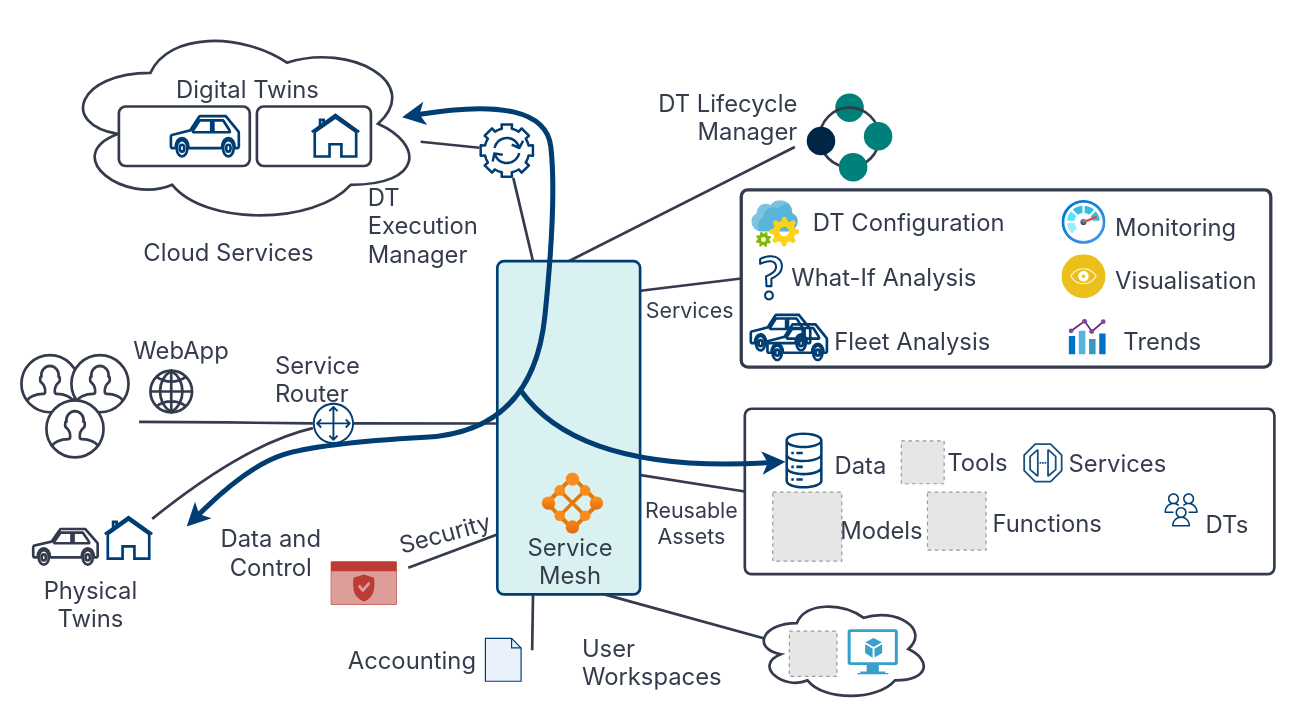
This is page "developer/system/architecture.png" (18 of 36) of docs/assets/diagrams/dtaas-diagrams.drawio from INTO-CPS-Association/DTaaS, a draw.io file, before an edit. Source tidied: cells renumbered, new cells numbered last; positions are measured from the earlier drawing's top-left corner, leaving out a move shared by most shapes. Both pictures are drawn from the tidied source at 119%, with x=0, y=0 at pixel (21, 21). Pictures stored in the file or linked from it are replaced by grey dashed boxes.
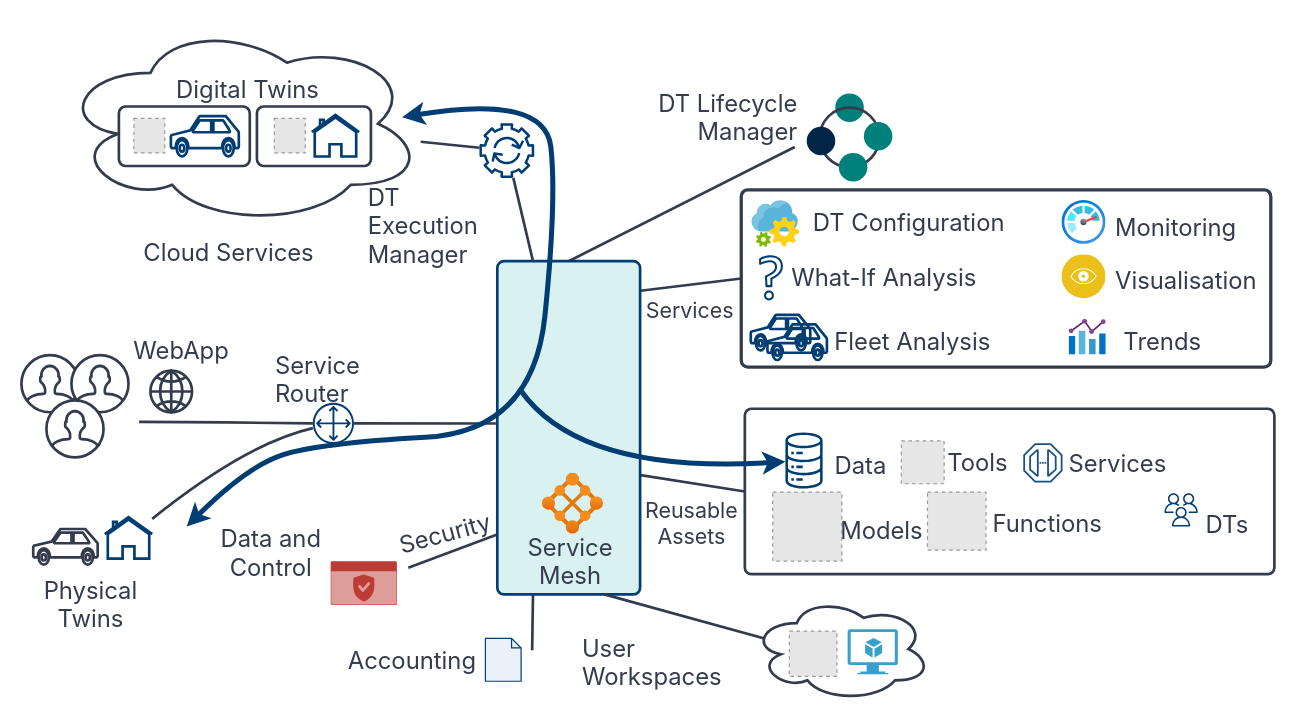
Above is the later version.

The change refers to these unchanged cells:
```xml
<mxCell id="4" style="group;" parent="2" vertex="1">
  <mxGeometry x="166" y="71" width="95.8" height="50" as="geometry" />
</mxCell>
<mxCell id="7" style="group;" parent="2" vertex="1">
  <mxGeometry x="43" y="71" width="180.7" height="50" as="geometry" />
</mxCell>
```

Diff of the diagram source:
```diff
@@
+    <mxCell id="102" style="fillColor=#E6E6E6;strokeColor=#999999;dashed=1;html=1;" parent="7" vertex="1">
+      <mxGeometry x="19.6" y="10" width="26" height="29" as="geometry" />
+    </mxCell>
+    <mxCell id="103" style="fillColor=#E6E6E6;strokeColor=#999999;dashed=1;html=1;" parent="4" vertex="1">
+      <mxGeometry x="14.6" y="10" width="26" height="29" as="geometry" />
+    </mxCell>
```
